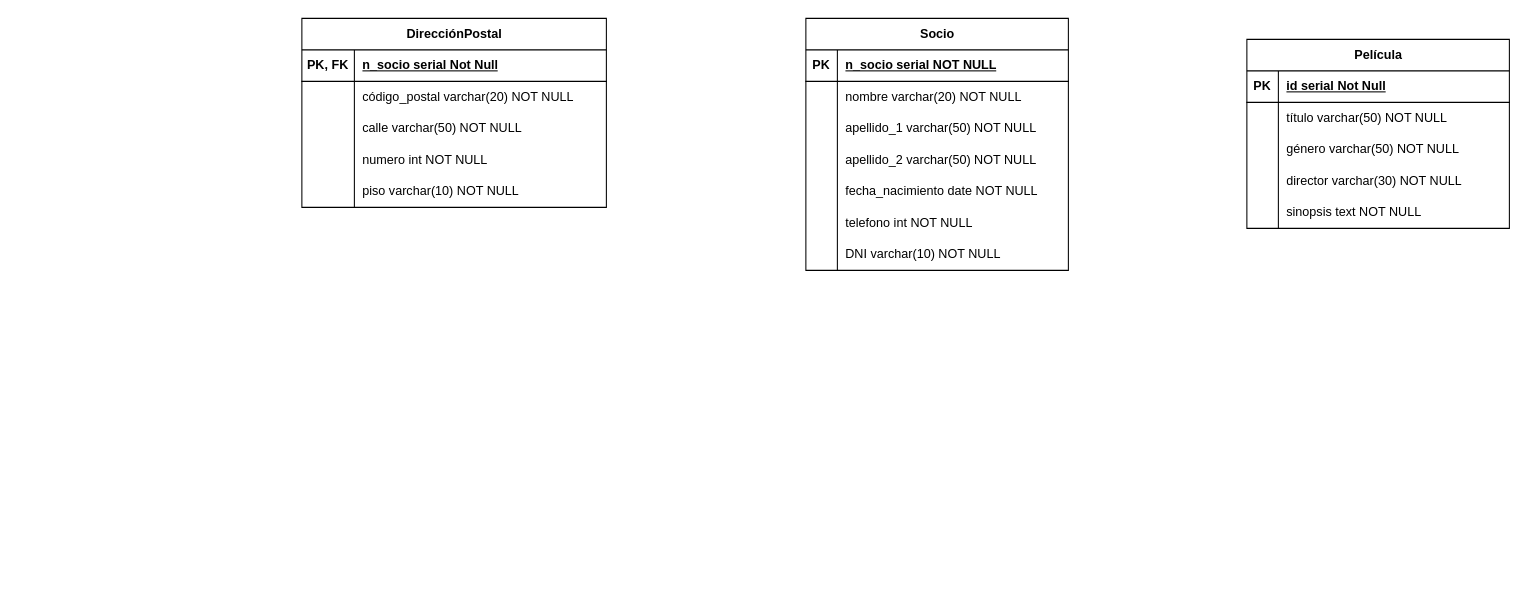
The draw.io diagram entrega/videoclub.drawio in AlexAlgarate/03-SQL-modelado-de-datos, before the edit. Source tidied: cells renumbered, new cells numbered last; positions are measured from the earlier drawing's top-left corner, leaving out a move shared by most shapes. Both pictures are drawn from the tidied source at 105%, with x=0, y=0 at pixel (301, 18).
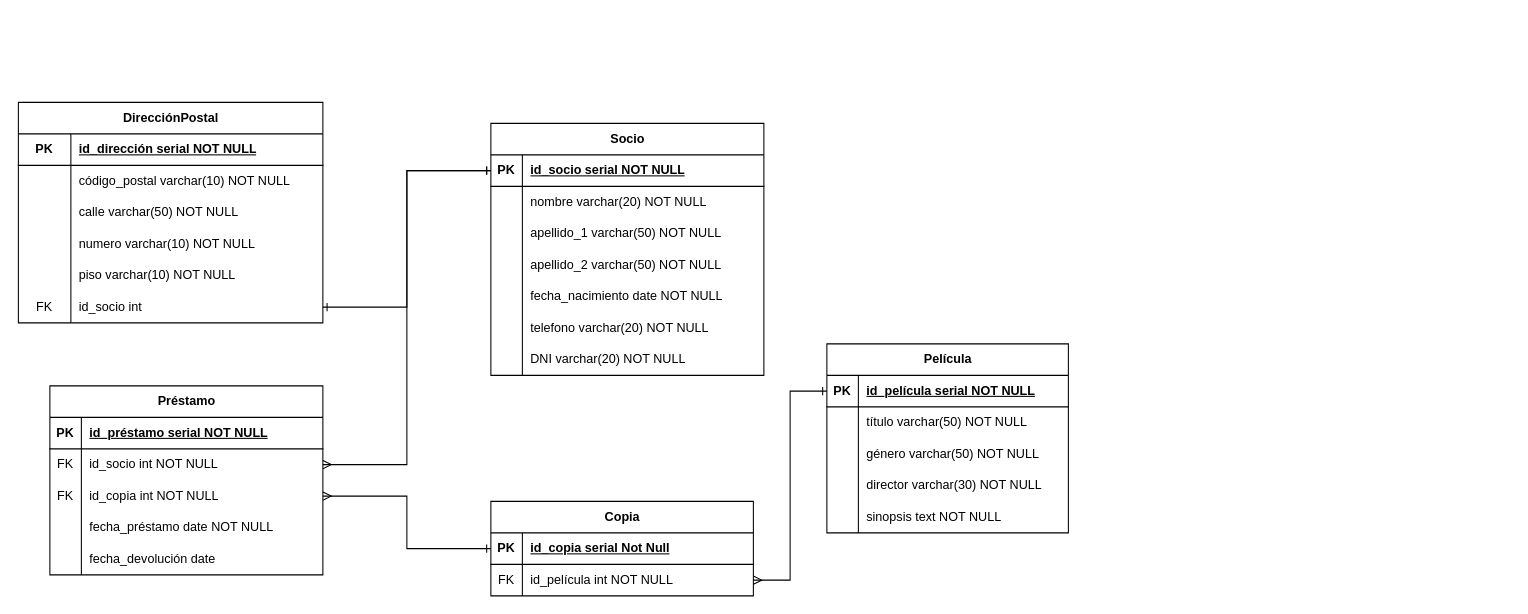
Above is the later version.

Commit message:
Acabar modelo entidad relación

The change refers to these unchanged cells:
```xml
<mxCell id="25" style="shape=tableRow;horizontal=0;startSize=0;swimlaneHead=0;swimlaneBody=0;fillColor=none;top=0;left=0;right=0;bottom=1;" parent="24" vertex="1">
  <mxGeometry y="30" width="290" height="30" as="geometry" />
</mxCell>
<mxCell id="28" style="shape=tableRow;horizontal=0;startSize=0;swimlaneHead=0;swimlaneBody=0;fillColor=none;top=0;left=0;right=0;bottom=0;" parent="24" vertex="1">
  <mxGeometry y="60" width="290" height="30" as="geometry" />
</mxCell>
<mxCell id="34" style="shape=tableRow;horizontal=0;startSize=0;swimlaneHead=0;swimlaneBody=0;fillColor=none;top=0;left=0;right=0;bottom=0;" parent="24" vertex="1">
  <mxGeometry y="120" width="290" height="30" as="geometry" />
</mxCell>
```

The edit, as a diff of the source:
```diff
@@
     <mxCell id="2" value="Socio" style="shape=table;startSize=30;childLayout=tableLayout;rowLines=0;fontStyle=1;align=center;html=1;" parent="1" vertex="1">
-      <mxGeometry x="480" width="250" height="240" as="geometry" />
+      <mxGeometry x="180" y="100" width="260" height="240" as="geometry" />
     </mxCell>
     <mxCell id="3" style="shape=tableRow;horizontal=0;startSize=0;swimlaneHead=0;swimlaneBody=0;fillColor=none;points=[[0,0.5],[1,0.5]];portConstraint=eastwest;top=0;left=0;right=0;bottom=1;" parent="2" vertex="1">
-      <mxGeometry y="30" width="250" height="30" as="geometry" />
+      <mxGeometry y="30" width="260" height="30" as="geometry" />
     </mxCell>
@@
-    <mxCell id="5" value="n_socio serial NOT NULL" style="shape=partialRectangle;fillColor=none;top=0;left=0;bottom=0;right=0;align=left;spacingLeft=6;fontStyle=5;overflow=hidden;whiteSpace=wrap;html=1;" parent="3" vertex="1">
-      <mxGeometry x="30" width="220" height="30" as="geometry" />
+    <mxCell id="5" value="id_socio serial NOT NULL" style="shape=partialRectangle;fillColor=none;top=0;left=0;bottom=0;right=0;align=left;spacingLeft=6;fontStyle=5;overflow=hidden;whiteSpace=wrap;html=1;" parent="3" vertex="1">
+      <mxGeometry x="30" width="230" height="30" as="geometry" />
     </mxCell>
     <mxCell id="6" style="shape=tableRow;horizontal=0;startSize=0;swimlaneHead=0;swimlaneBody=0;fillColor=none;top=0;left=0;right=0;bottom=0;" parent="2" vertex="1">
-      <mxGeometry y="60" width="250" height="30" as="geometry" />
+      <mxGeometry y="60" width="260" height="30" as="geometry" />
     </mxCell>
@@
     <mxCell id="8" value="nombre varchar(20) NOT NULL" style="shape=partialRectangle;fillColor=none;top=0;left=0;bottom=0;right=0;align=left;spacingLeft=6;overflow=hidden;whiteSpace=wrap;html=1;" parent="6" vertex="1">
-      <mxGeometry x="30" width="220" height="30" as="geometry" />
+      <mxGeometry x="30" width="230" height="30" as="geometry" />
     </mxCell>
     <mxCell id="9" style="shape=tableRow;horizontal=0;startSize=0;swimlaneHead=0;swimlaneBody=0;fillColor=none;top=0;left=0;right=0;bottom=0;" parent="2" vertex="1">
-      <mxGeometry y="90" width="250" height="30" as="geometry" />
+      <mxGeometry y="90" width="260" height="30" as="geometry" />
     </mxCell>
@@
     <mxCell id="11" value="apellido_1 varchar(50) NOT NULL" style="shape=partialRectangle;fillColor=none;top=0;left=0;bottom=0;right=0;align=left;spacingLeft=6;overflow=hidden;whiteSpace=wrap;html=1;" parent="9" vertex="1">
-      <mxGeometry x="30" width="220" height="30" as="geometry" />
+      <mxGeometry x="30" width="230" height="30" as="geometry" />
     </mxCell>
     <mxCell id="12" style="shape=tableRow;horizontal=0;startSize=0;swimlaneHead=0;swimlaneBody=0;fillColor=none;top=0;left=0;right=0;bottom=0;" parent="2" vertex="1">
-      <mxGeometry y="120" width="250" height="30" as="geometry" />
+      <mxGeometry y="120" width="260" height="30" as="geometry" />
     </mxCell>
@@
     <mxCell id="14" value="apellido_2 varchar(50) NOT NULL" style="shape=partialRectangle;fillColor=none;top=0;left=0;bottom=0;right=0;align=left;spacingLeft=6;overflow=hidden;whiteSpace=wrap;html=1;" parent="12" vertex="1">
-      <mxGeometry x="30" width="220" height="30" as="geometry" />
+      <mxGeometry x="30" width="230" height="30" as="geometry" />
     </mxCell>
     <mxCell id="15" style="shape=tableRow;horizontal=0;startSize=0;swimlaneHead=0;swimlaneBody=0;fillColor=none;top=0;left=0;right=0;bottom=0;" parent="2" vertex="1">
-      <mxGeometry y="150" width="250" height="30" as="geometry" />
+      <mxGeometry y="150" width="260" height="30" as="geometry" />
     </mxCell>
@@
     <mxCell id="17" value="fecha_nacimiento date NOT NULL" style="shape=partialRectangle;fillColor=none;top=0;left=0;bottom=0;right=0;align=left;spacingLeft=6;overflow=hidden;whiteSpace=wrap;html=1;" parent="15" vertex="1">
-      <mxGeometry x="30" width="220" height="30" as="geometry" />
+      <mxGeometry x="30" width="230" height="30" as="geometry" />
     </mxCell>
     <mxCell id="18" style="shape=tableRow;horizontal=0;startSize=0;swimlaneHead=0;swimlaneBody=0;fillColor=none;top=0;left=0;right=0;bottom=0;" parent="2" vertex="1">
-      <mxGeometry y="180" width="250" height="30" as="geometry" />
+      <mxGeometry y="180" width="260" height="30" as="geometry" />
     </mxCell>
@@
-    <mxCell id="20" value="telefono int NOT NULL" style="shape=partialRectangle;fillColor=none;top=0;left=0;bottom=0;right=0;align=left;spacingLeft=6;overflow=hidden;whiteSpace=wrap;html=1;" parent="18" vertex="1">
-      <mxGeometry x="30" width="220" height="30" as="geometry" />
+    <mxCell id="20" value="telefono varchar(20) NOT NULL" style="shape=partialRectangle;fillColor=none;top=0;left=0;bottom=0;right=0;align=left;spacingLeft=6;overflow=hidden;whiteSpace=wrap;html=1;" parent="18" vertex="1">
+      <mxGeometry x="30" width="230" height="30" as="geometry" />
     </mxCell>
     <mxCell id="21" style="shape=tableRow;horizontal=0;startSize=0;swimlaneHead=0;swimlaneBody=0;fillColor=none;top=0;left=0;right=0;bottom=0;" parent="2" vertex="1">
-      <mxGeometry y="210" width="250" height="30" as="geometry" />
+      <mxGeometry y="210" width="260" height="30" as="geometry" />
     </mxCell>
@@
-    <mxCell id="23" value="DNI varchar(10) NOT NULL" style="shape=partialRectangle;fillColor=none;top=0;left=0;bottom=0;right=0;align=left;spacingLeft=6;overflow=hidden;whiteSpace=wrap;html=1;" parent="21" vertex="1">
-      <mxGeometry x="30" width="220" height="30" as="geometry" />
+    <mxCell id="23" value="DNI varchar(20) NOT NULL" style="shape=partialRectangle;fillColor=none;top=0;left=0;bottom=0;right=0;align=left;spacingLeft=6;overflow=hidden;whiteSpace=wrap;html=1;" parent="21" vertex="1">
+      <mxGeometry x="30" width="230" height="30" as="geometry" />
     </mxCell>
     <mxCell id="24" value="DirecciónPostal" style="shape=table;startSize=30;childLayout=tableLayout;rowLines=0;fontStyle=1;align=center;html=1;" parent="1" vertex="1">
-      <mxGeometry width="290" height="180" as="geometry" />
+      <mxGeometry x="-270" y="80" width="290" height="210" as="geometry" />
     </mxCell>
@@
-    <mxCell id="26" value="PK, FK" style="shape=partialRectangle;fillColor=none;top=0;left=0;bottom=0;right=0;fontStyle=1;overflow=hidden;whiteSpace=wrap;html=1;" parent="25" vertex="1">
+    <mxCell id="26" value="PK" style="shape=partialRectangle;fillColor=none;top=0;left=0;bottom=0;right=0;fontStyle=1;overflow=hidden;whiteSpace=wrap;html=1;" parent="25" vertex="1">
       <mxGeometry width="50" height="30" as="geometry" />
     </mxCell>
-    <mxCell id="27" value="n_socio serial Not Null" style="shape=partialRectangle;fillColor=none;top=0;left=0;bottom=0;right=0;align=left;spacingLeft=6;fontStyle=5;overflow=hidden;whiteSpace=wrap;html=1;" parent="25" vertex="1">
+    <mxCell id="27" value="id_dirección serial NOT NULL" style="shape=partialRectangle;fillColor=none;top=0;left=0;bottom=0;right=0;align=left;spacingLeft=6;fontStyle=5;overflow=hidden;whiteSpace=wrap;html=1;" parent="25" vertex="1">
       <mxGeometry x="50" width="240" height="30" as="geometry" />
     </mxCell>
@@
-    <mxCell id="30" value="código_postal varchar(20) NOT NULL" style="shape=partialRectangle;fillColor=none;top=0;left=0;bottom=0;right=0;align=left;spacingLeft=6;overflow=hidden;whiteSpace=wrap;html=1;" parent="28" vertex="1">
+    <mxCell id="30" value="código_postal varchar(10&lt;span style=&quot;background-color: transparent; color: light-dark(rgb(0, 0, 0), rgb(255, 255, 255));&quot;&gt;) NOT NULL&lt;/span&gt;" style="shape=partialRectangle;fillColor=none;top=0;left=0;bottom=0;right=0;align=left;spacingLeft=6;overflow=hidden;whiteSpace=wrap;html=1;" parent="28" vertex="1">
       <mxGeometry x="50" width="240" height="30" as="geometry" />
     </mxCell>
@@
-    <mxCell id="36" value="numero int NOT NULL" style="shape=partialRectangle;fillColor=none;top=0;left=0;bottom=0;right=0;align=left;spacingLeft=6;overflow=hidden;whiteSpace=wrap;html=1;" parent="34" vertex="1">
+    <mxCell id="36" value="numero varchar(10) NOT NULL" style="shape=partialRectangle;fillColor=none;top=0;left=0;bottom=0;right=0;align=left;spacingLeft=6;overflow=hidden;whiteSpace=wrap;html=1;" parent="34" vertex="1">
       <mxGeometry x="50" width="240" height="30" as="geometry" />
     </mxCell>
@@
+    <mxCell id="56" style="shape=tableRow;horizontal=0;startSize=0;swimlaneHead=0;swimlaneBody=0;fillColor=none;points=[[0,0.5],[1,0.5]];portConstraint=eastwest;top=0;left=0;right=0;bottom=0;" parent="24" vertex="1">
+      <mxGeometry y="180" width="290" height="30" as="geometry" />
+    </mxCell>
+    <mxCell id="57" value="FK" style="shape=partialRectangle;fillColor=none;top=0;left=0;bottom=0;right=0;overflow=hidden;whiteSpace=wrap;html=1;" parent="56" vertex="1">
+      <mxGeometry width="50" height="30" as="geometry" />
+    </mxCell>
+    <mxCell id="58" value="id_socio int&amp;nbsp;" style="shape=partialRectangle;fillColor=none;top=0;left=0;bottom=0;right=0;align=left;spacingLeft=6;overflow=hidden;whiteSpace=wrap;html=1;" parent="56" vertex="1">
+      <mxGeometry x="50" width="240" height="30" as="geometry" />
+    </mxCell>
     <mxCell id="40" value="Película" style="shape=table;startSize=30;childLayout=tableLayout;rowLines=0;fontStyle=1;align=center;html=1;" parent="1" vertex="1">
-      <mxGeometry x="900" y="20" width="250" height="180" as="geometry" />
+      <mxGeometry x="500" y="310" width="230" height="180" as="geometry" />
     </mxCell>
     <mxCell id="41" style="shape=tableRow;horizontal=0;startSize=0;swimlaneHead=0;swimlaneBody=0;fillColor=none;points=[[0,0.5],[1,0.5]];portConstraint=eastwest;top=0;left=0;right=0;bottom=1;" parent="40" vertex="1">
-      <mxGeometry y="30" width="250" height="30" as="geometry" />
+      <mxGeometry y="30" width="230" height="30" as="geometry" />
     </mxCell>
@@
-    <mxCell id="43" value="id serial Not Null" style="shape=partialRectangle;fillColor=none;top=0;left=0;bottom=0;right=0;align=left;spacingLeft=6;fontStyle=5;overflow=hidden;whiteSpace=wrap;html=1;" parent="41" vertex="1">
-      <mxGeometry x="30" width="220" height="30" as="geometry" />
+    <mxCell id="43" value="id_película serial NOT NULL" style="shape=partialRectangle;fillColor=none;top=0;left=0;bottom=0;right=0;align=left;spacingLeft=6;fontStyle=5;overflow=hidden;whiteSpace=wrap;html=1;" parent="41" vertex="1">
+      <mxGeometry x="30" width="200" height="30" as="geometry" />
     </mxCell>
     <mxCell id="44" style="shape=tableRow;horizontal=0;startSize=0;swimlaneHead=0;swimlaneBody=0;fillColor=none;top=0;left=0;right=0;bottom=0;" parent="40" vertex="1">
-      <mxGeometry y="60" width="250" height="30" as="geometry" />
+      <mxGeometry y="60" width="230" height="30" as="geometry" />
     </mxCell>
@@
     <mxCell id="46" value="título varchar(50) NOT NULL" style="shape=partialRectangle;fillColor=none;top=0;left=0;bottom=0;right=0;align=left;spacingLeft=6;overflow=hidden;whiteSpace=wrap;html=1;" parent="44" vertex="1">
-      <mxGeometry x="30" width="220" height="30" as="geometry" />
+      <mxGeometry x="30" width="200" height="30" as="geometry" />
     </mxCell>
     <mxCell id="47" style="shape=tableRow;horizontal=0;startSize=0;swimlaneHead=0;swimlaneBody=0;fillColor=none;top=0;left=0;right=0;bottom=0;" parent="40" vertex="1">
-      <mxGeometry y="90" width="250" height="30" as="geometry" />
+      <mxGeometry y="90" width="230" height="30" as="geometry" />
     </mxCell>
@@
     <mxCell id="49" value="género varchar(50) NOT NULL" style="shape=partialRectangle;fillColor=none;top=0;left=0;bottom=0;right=0;align=left;spacingLeft=6;overflow=hidden;whiteSpace=wrap;html=1;" parent="47" vertex="1">
-      <mxGeometry x="30" width="220" height="30" as="geometry" />
+      <mxGeometry x="30" width="200" height="30" as="geometry" />
     </mxCell>
     <mxCell id="50" style="shape=tableRow;horizontal=0;startSize=0;swimlaneHead=0;swimlaneBody=0;fillColor=none;top=0;left=0;right=0;bottom=0;" parent="40" vertex="1">
-      <mxGeometry y="120" width="250" height="30" as="geometry" />
+      <mxGeometry y="120" width="230" height="30" as="geometry" />
     </mxCell>
@@
     <mxCell id="52" value="director varchar(30) NOT NULL" style="shape=partialRectangle;fillColor=none;top=0;left=0;bottom=0;right=0;align=left;spacingLeft=6;overflow=hidden;whiteSpace=wrap;html=1;" parent="50" vertex="1">
-      <mxGeometry x="30" width="220" height="30" as="geometry" />
+      <mxGeometry x="30" width="200" height="30" as="geometry" />
     </mxCell>
     <mxCell id="53" style="shape=tableRow;horizontal=0;startSize=0;swimlaneHead=0;swimlaneBody=0;fillColor=none;top=0;left=0;right=0;bottom=0;" parent="40" vertex="1">
-      <mxGeometry y="150" width="250" height="30" as="geometry" />
+      <mxGeometry y="150" width="230" height="30" as="geometry" />
     </mxCell>
@@
     <mxCell id="55" value="sinopsis text NOT NULL" style="shape=partialRectangle;fillColor=none;top=0;left=0;bottom=0;right=0;align=left;spacingLeft=6;overflow=hidden;whiteSpace=wrap;html=1;" parent="53" vertex="1">
-      <mxGeometry x="30" width="220" height="30" as="geometry" />
+      <mxGeometry x="30" width="200" height="30" as="geometry" />
     </mxCell>
+    <mxCell id="59" value="Copia" style="shape=table;startSize=30;childLayout=tableLayout;rowLines=0;fontStyle=1;align=center;html=1;" parent="1" vertex="1">
+      <mxGeometry x="180" y="460" width="250" height="90" as="geometry" />
+    </mxCell>
+    <mxCell id="60" style="shape=tableRow;horizontal=0;startSize=0;swimlaneHead=0;swimlaneBody=0;fillColor=none;points=[[0,0.5],[1,0.5]];portConstraint=eastwest;top=0;left=0;right=0;bottom=1;" parent="59" vertex="1">
+      <mxGeometry y="30" width="250" height="30" as="geometry" />
+    </mxCell>
+    <mxCell id="61" value="PK" style="shape=partialRectangle;fillColor=none;top=0;left=0;bottom=0;right=0;fontStyle=1;overflow=hidden;whiteSpace=wrap;html=1;" parent="60" vertex="1">
+      <mxGeometry width="30" height="30" as="geometry" />
+    </mxCell>
+    <mxCell id="62" value="id_copia serial Not Null" style="shape=partialRectangle;fillColor=none;top=0;left=0;bottom=0;right=0;align=left;spacingLeft=6;fontStyle=5;overflow=hidden;whiteSpace=wrap;html=1;" parent="60" vertex="1">
+      <mxGeometry x="30" width="220" height="30" as="geometry" />
+    </mxCell>
+    <mxCell id="63" style="shape=tableRow;horizontal=0;startSize=0;swimlaneHead=0;swimlaneBody=0;fillColor=none;points=[[0,0.5],[1,0.5]];portConstraint=eastwest;top=0;left=0;right=0;bottom=0;" parent="59" vertex="1">
+      <mxGeometry y="60" width="250" height="30" as="geometry" />
+    </mxCell>
+    <mxCell id="64" value="FK" style="shape=partialRectangle;fillColor=none;top=0;left=0;bottom=0;right=0;overflow=hidden;whiteSpace=wrap;html=1;" parent="63" vertex="1">
+      <mxGeometry width="30" height="30" as="geometry" />
+    </mxCell>
+    <mxCell id="65" value="id_película int NOT NULL" style="shape=partialRectangle;fillColor=none;top=0;left=0;bottom=0;right=0;align=left;spacingLeft=6;overflow=hidden;whiteSpace=wrap;html=1;" parent="63" vertex="1">
+      <mxGeometry x="30" width="220" height="30" as="geometry" />
+    </mxCell>
+    <mxCell id="66" style="edgeStyle=orthogonalEdgeStyle;rounded=0;jettySize=auto;html=1;exitX=0;exitY=0.5;exitDx=0;exitDy=0;startArrow=ERone;startFill=0;endArrow=ERmany;endFill=0;" parent="1" edge="1" source="41" target="63">
+      <mxGeometry relative="1" as="geometry" />
+    </mxCell>
+    <mxCell id="67" value="Préstamo" style="shape=table;startSize=30;childLayout=tableLayout;rowLines=0;fontStyle=1;align=center;html=1;" parent="1" vertex="1">
+      <mxGeometry x="-240" y="350" width="260" height="180" as="geometry" />
+    </mxCell>
+    <mxCell id="68" style="shape=tableRow;horizontal=0;startSize=0;swimlaneHead=0;swimlaneBody=0;fillColor=none;top=0;left=0;right=0;bottom=1;" parent="67" vertex="1">
+      <mxGeometry y="30" width="260" height="30" as="geometry" />
+    </mxCell>
+    <mxCell id="69" value="PK" style="shape=partialRectangle;fillColor=none;top=0;left=0;bottom=0;right=0;fontStyle=1;overflow=hidden;whiteSpace=wrap;html=1;" parent="68" vertex="1">
+      <mxGeometry width="30" height="30" as="geometry" />
+    </mxCell>
+    <mxCell id="70" value="id_préstamo serial NOT NULL" style="shape=partialRectangle;fillColor=none;top=0;left=0;bottom=0;right=0;align=left;spacingLeft=6;fontStyle=5;overflow=hidden;whiteSpace=wrap;html=1;" parent="68" vertex="1">
+      <mxGeometry x="30" width="230" height="30" as="geometry" />
+    </mxCell>
+    <mxCell id="71" style="shape=tableRow;horizontal=0;startSize=0;swimlaneHead=0;swimlaneBody=0;fillColor=none;points=[[0,0.5],[1,0.5]];portConstraint=eastwest;top=0;left=0;right=0;bottom=0;" parent="67" vertex="1">
+      <mxGeometry y="60" width="260" height="30" as="geometry" />
+    </mxCell>
+    <mxCell id="72" value="FK" style="shape=partialRectangle;fillColor=none;top=0;left=0;bottom=0;right=0;overflow=hidden;whiteSpace=wrap;html=1;" parent="71" vertex="1">
+      <mxGeometry width="30" height="30" as="geometry" />
+    </mxCell>
+    <mxCell id="73" value="id_socio int NOT NULL" style="shape=partialRectangle;fillColor=none;top=0;left=0;bottom=0;right=0;align=left;spacingLeft=6;overflow=hidden;whiteSpace=wrap;html=1;" parent="71" vertex="1">
+      <mxGeometry x="30" width="230" height="30" as="geometry" />
+    </mxCell>
+    <mxCell id="74" style="shape=tableRow;horizontal=0;startSize=0;swimlaneHead=0;swimlaneBody=0;fillColor=none;points=[[0,0.5],[1,0.5]];portConstraint=eastwest;top=0;left=0;right=0;bottom=0;" parent="67" vertex="1">
+      <mxGeometry y="90" width="260" height="30" as="geometry" />
+    </mxCell>
+    <mxCell id="75" value="FK" style="shape=partialRectangle;fillColor=none;top=0;left=0;bottom=0;right=0;overflow=hidden;whiteSpace=wrap;html=1;" parent="74" vertex="1">
+      <mxGeometry width="30" height="30" as="geometry" />
+    </mxCell>
+    <mxCell id="76" value="id_copia int NOT NULL" style="shape=partialRectangle;fillColor=none;top=0;left=0;bottom=0;right=0;align=left;spacingLeft=6;overflow=hidden;whiteSpace=wrap;html=1;" parent="74" vertex="1">
+      <mxGeometry x="30" width="230" height="30" as="geometry" />
+    </mxCell>
+    <mxCell id="77" style="shape=tableRow;horizontal=0;startSize=0;swimlaneHead=0;swimlaneBody=0;fillColor=none;top=0;left=0;right=0;bottom=0;" parent="67" vertex="1">
+      <mxGeometry y="120" width="260" height="30" as="geometry" />
+    </mxCell>
+    <mxCell id="78" style="shape=partialRectangle;fillColor=none;top=0;left=0;bottom=0;right=0;overflow=hidden;whiteSpace=wrap;html=1;" parent="77" vertex="1">
+      <mxGeometry width="30" height="30" as="geometry" />
+    </mxCell>
+    <mxCell id="79" value="fecha_préstamo date NOT NULL" style="shape=partialRectangle;fillColor=none;top=0;left=0;bottom=0;right=0;align=left;spacingLeft=6;overflow=hidden;whiteSpace=wrap;html=1;" parent="77" vertex="1">
+      <mxGeometry x="30" width="230" height="30" as="geometry" />
+    </mxCell>
+    <mxCell id="80" style="shape=tableRow;horizontal=0;startSize=0;swimlaneHead=0;swimlaneBody=0;fillColor=none;top=0;left=0;right=0;bottom=0;" parent="67" vertex="1">
+      <mxGeometry y="150" width="260" height="30" as="geometry" />
+    </mxCell>
+    <mxCell id="81" style="shape=partialRectangle;fillColor=none;top=0;left=0;bottom=0;right=0;overflow=hidden;whiteSpace=wrap;html=1;" parent="80" vertex="1">
+      <mxGeometry width="30" height="30" as="geometry" />
+    </mxCell>
+    <mxCell id="82" value="fecha_devolución date" style="shape=partialRectangle;fillColor=none;top=0;left=0;bottom=0;right=0;align=left;spacingLeft=6;overflow=hidden;whiteSpace=wrap;html=1;" parent="80" vertex="1">
+      <mxGeometry x="30" width="230" height="30" as="geometry" />
+    </mxCell>
+    <mxCell id="83" style="edgeStyle=orthogonalEdgeStyle;rounded=0;jettySize=auto;html=1;exitX=0;exitY=0.5;exitDx=0;exitDy=0;startArrow=ERone;startFill=0;endArrow=ERmany;endFill=0;" parent="1" edge="1" source="3" target="71">
+      <mxGeometry relative="1" as="geometry" />
+    </mxCell>
+    <mxCell id="84" style="edgeStyle=orthogonalEdgeStyle;rounded=0;jettySize=auto;html=1;exitX=0;exitY=0.5;exitDx=0;exitDy=0;startArrow=ERone;startFill=0;endArrow=ERmany;endFill=0;" parent="1" edge="1" source="60" target="74">
+      <mxGeometry relative="1" as="geometry" />
+    </mxCell>
+    <mxCell id="85" style="edgeStyle=orthogonalEdgeStyle;rounded=0;jettySize=auto;html=1;exitX=0;exitY=0.5;exitDx=0;exitDy=0;startArrow=ERone;startFill=0;endArrow=ERone;endFill=0;" parent="1" edge="1" source="3" target="56">
+      <mxGeometry relative="1" as="geometry" />
+    </mxCell>
```
